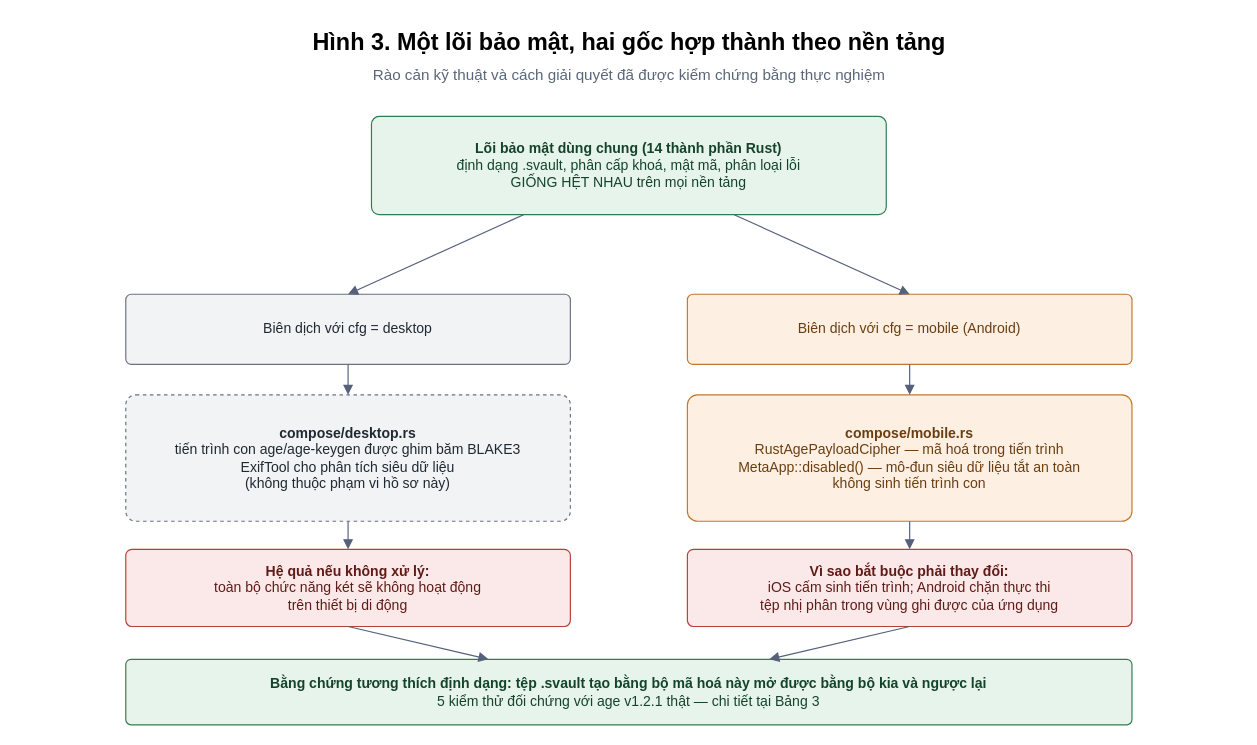
The draw.io diagram hoso-sang-kien/hinh-anh/drawio/H3-loi-dung-chung.drawio in imtoiteu/secure-vault-research, before the edit. Source tidied: cells renumbered, new cells numbered last; positions are measured from the earlier drawing's top-left corner, leaving out a move shared by most shapes. Both pictures are drawn from the tidied source at 117%, with x=0, y=0 at pixel (20, 20).
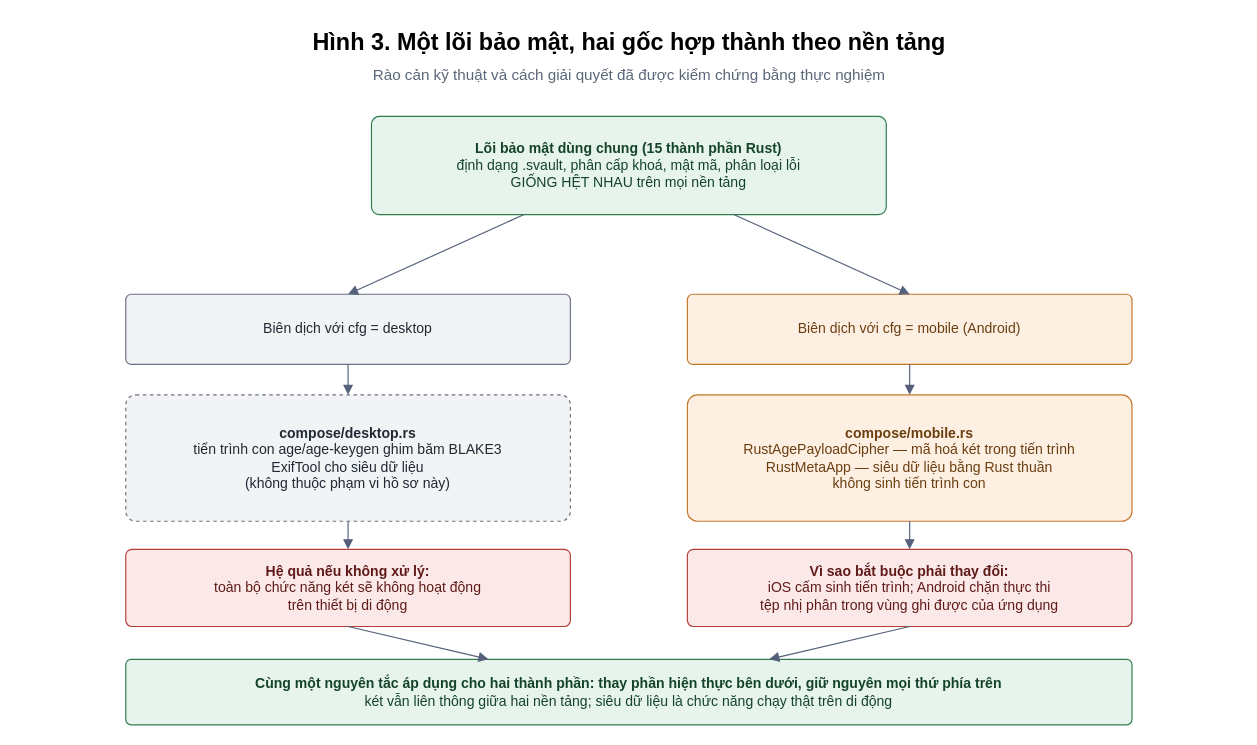
The same diagram, later.

Diff of the diagram source:
```diff
@@
-    <mxCell id="4" value="&lt;b&gt;Lõi bảo mật dùng chung (14 thành phần Rust)&lt;/b&gt;&lt;br/&gt;định dạng .svault, phân cấp khoá, mật mã, phân loại lỗi&lt;br/&gt;GIỐNG HỆT NHAU trên mọi nền tảng" style="rounded=1;whiteSpace=wrap;html=1;fillColor=#E7F4EC;strokeColor=#2E7D4F;fontColor=#14432A;dashed=0;arcSize=8;verticalAlign=middle;" parent="1" vertex="1">
+    <mxCell id="4" value="&lt;b&gt;Lõi bảo mật dùng chung (15 thành phần Rust)&lt;/b&gt;&lt;br/&gt;định dạng .svault, phân cấp khoá, mật mã, phân loại lỗi&lt;br/&gt;GIỐNG HỆT NHAU trên mọi nền tảng" style="rounded=1;whiteSpace=wrap;html=1;fillColor=#E7F4EC;strokeColor=#2E7D4F;fontColor=#14432A;dashed=0;arcSize=8;verticalAlign=middle;" parent="1" vertex="1">
       <mxGeometry x="300" y="82" width="440" height="84" as="geometry" />
     </mxCell>
@@
-    <mxCell id="7" value="&lt;b&gt;compose/desktop.rs&lt;/b&gt;&lt;br/&gt;tiến trình con age/age-keygen được ghim băm BLAKE3&lt;br/&gt;ExifTool cho phân tích siêu dữ liệu&lt;br/&gt;(không thuộc phạm vi hồ sơ này)" style="rounded=1;whiteSpace=wrap;html=1;fillColor=#F2F3F5;strokeColor=#6B7280;fontColor=#1F2933;dashed=1;arcSize=8;verticalAlign=middle;" parent="1" vertex="1">
+    <mxCell id="7" value="&lt;b&gt;compose/desktop.rs&lt;/b&gt;&lt;br/&gt;tiến trình con age/age-keygen ghim băm BLAKE3&lt;br/&gt;ExifTool cho siêu dữ liệu&lt;br/&gt;(không thuộc phạm vi hồ sơ này)" style="rounded=1;whiteSpace=wrap;html=1;fillColor=#F2F3F5;strokeColor=#6B7280;fontColor=#1F2933;dashed=1;arcSize=8;verticalAlign=middle;" parent="1" vertex="1">
       <mxGeometry x="90" y="320" width="380" height="108" as="geometry" />
     </mxCell>
-    <mxCell id="8" value="&lt;b&gt;compose/mobile.rs&lt;/b&gt;&lt;br/&gt;RustAgePayloadCipher — mã hoá trong tiến trình&lt;br/&gt;MetaApp::disabled() — mô-đun siêu dữ liệu tắt an toàn&lt;br/&gt;không sinh tiến trình con" style="rounded=1;whiteSpace=wrap;html=1;fillColor=#FDF0E3;strokeColor=#C4772B;fontColor=#6B3E10;dashed=0;arcSize=8;verticalAlign=middle;" parent="1" vertex="1">
+    <mxCell id="8" value="&lt;b&gt;compose/mobile.rs&lt;/b&gt;&lt;br/&gt;RustAgePayloadCipher — mã hoá két trong tiến trình&lt;br/&gt;RustMetaApp — siêu dữ liệu bằng Rust thuần&lt;br/&gt;không sinh tiến trình con" style="rounded=1;whiteSpace=wrap;html=1;fillColor=#FDF0E3;strokeColor=#C4772B;fontColor=#6B3E10;dashed=0;arcSize=8;verticalAlign=middle;" parent="1" vertex="1">
       <mxGeometry x="570" y="320" width="380" height="108" as="geometry" />
     </mxCell>
@@
-    <mxCell id="11" value="&lt;b&gt;Bằng chứng tương thích định dạng: tệp .svault tạo bằng bộ mã hoá này mở được bằng bộ kia và ngược lại&lt;/b&gt;&lt;br/&gt;5 kiểm thử đối chứng với age v1.2.1 thật — chi tiết tại Bảng 3" style="rounded=1;whiteSpace=wrap;html=1;fillColor=#E7F4EC;strokeColor=#2E7D4F;fontColor=#14432A;dashed=0;arcSize=8;verticalAlign=middle;" parent="1" vertex="1">
+    <mxCell id="11" value="&lt;b&gt;Cùng một nguyên tắc áp dụng cho hai thành phần: thay phần hiện thực bên dưới, giữ nguyên mọi thứ phía trên&lt;/b&gt;&lt;br/&gt;két vẫn liên thông giữa hai nền tảng; siêu dữ liệu là chức năng chạy thật trên di động" style="rounded=1;whiteSpace=wrap;html=1;fillColor=#E7F4EC;strokeColor=#2E7D4F;fontColor=#14432A;dashed=0;arcSize=8;verticalAlign=middle;" parent="1" vertex="1">
       <mxGeometry x="90" y="546" width="860" height="56" as="geometry" />
     </mxCell>
```
